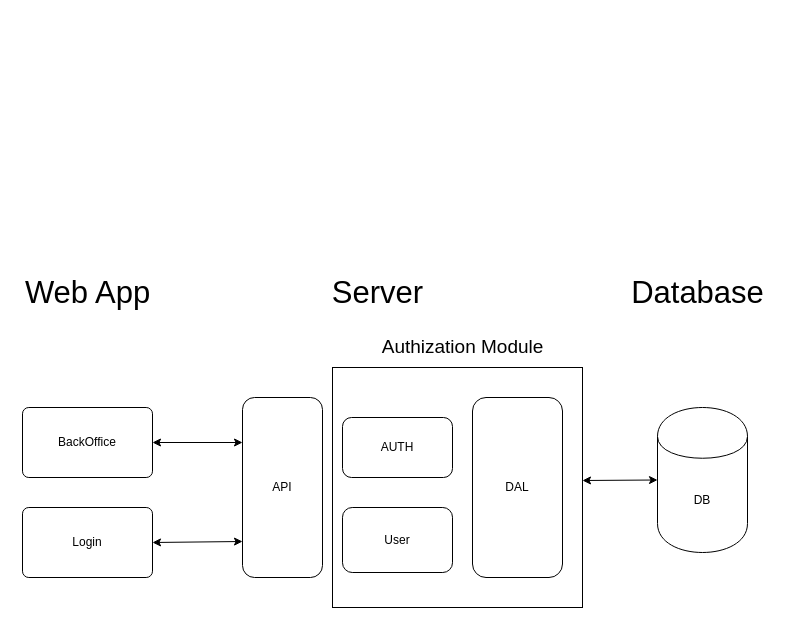
This is Reports&Documentation/Diagrams/Blocks.drawio from dleandro/Authentication-and-Authorization-Node-Component-, a draw.io file, before an edit. Source tidied: cells renumbered, new cells numbered last; positions are measured from the earlier drawing's top-left corner, leaving out a move shared by most shapes. Both pictures are drawn from the tidied source at 100%, with x=0, y=0 at pixel (17, 277).
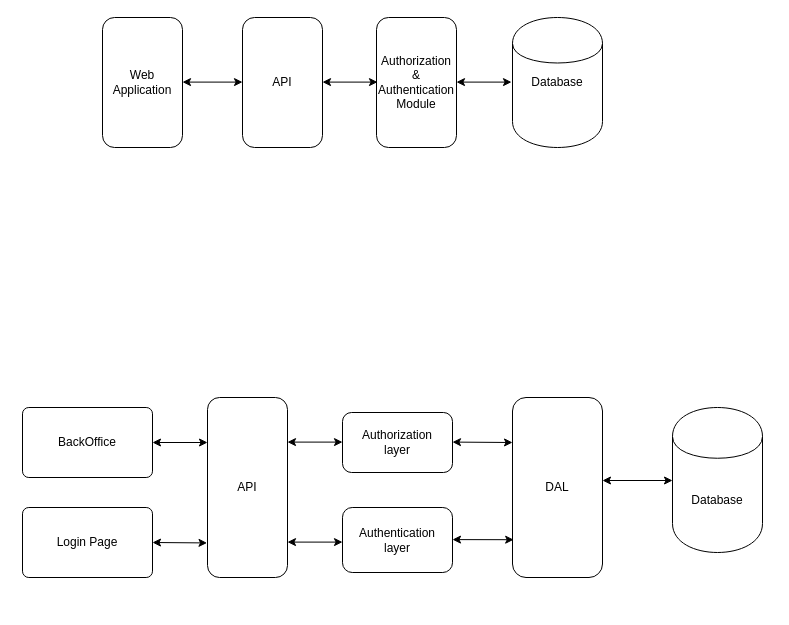
After the change.

Commit message (it also covers changes not shown here):
corrects list association with user, adds block diagrams for the report

The edit, as a diff of the source:
```diff
@@
     <mxCell id="2" value="API" style="rounded=1;whiteSpace=wrap;html=1;" parent="1" vertex="1">
-      <mxGeometry x="225" y="120" width="80" height="180" as="geometry" />
+      <mxGeometry x="190" y="120" width="80" height="180" as="geometry" />
     </mxCell>
-    <mxCell id="3" value="AUTH" style="rounded=1;whiteSpace=wrap;html=1;" parent="1" vertex="1">
-      <mxGeometry x="325" y="140" width="110" height="60" as="geometry" />
+    <mxCell id="3" value="Authorization&lt;br&gt;layer" style="rounded=1;whiteSpace=wrap;html=1;" parent="1" vertex="1">
+      <mxGeometry x="325" y="135" width="110" height="60" as="geometry" />
     </mxCell>
-    <mxCell id="4" value="User" style="rounded=1;whiteSpace=wrap;html=1;" parent="1" vertex="1">
+    <mxCell id="4" value="Authentication&lt;br&gt;layer" style="rounded=1;whiteSpace=wrap;html=1;" parent="1" vertex="1">
       <mxGeometry x="325" y="230" width="110" height="65" as="geometry" />
     </mxCell>
     <mxCell id="5" value="DAL" style="rounded=1;whiteSpace=wrap;html=1;" parent="1" vertex="1">
-      <mxGeometry x="455" y="120" width="90" height="180" as="geometry" />
+      <mxGeometry x="495" y="120" width="90" height="180" as="geometry" />
     </mxCell>
-    <mxCell id="6" value="DB" style="shape=cylinder;whiteSpace=wrap;html=1;boundedLbl=1;backgroundOutline=1;" parent="1" vertex="1">
-      <mxGeometry x="640" y="130" width="90" height="145" as="geometry" />
+    <mxCell id="6" value="Database" style="shape=cylinder;whiteSpace=wrap;html=1;boundedLbl=1;backgroundOutline=1;" parent="1" vertex="1">
+      <mxGeometry x="655" y="130" width="90" height="145" as="geometry" />
     </mxCell>
-    <mxCell id="7" value="&lt;font style=&quot;font-size: 31px&quot;&gt;Database&lt;/font&gt;" style="text;html=1;align=center;verticalAlign=middle;" parent="1" vertex="1">
-      <mxGeometry x="605" width="150" height="30" as="geometry" />
-    </mxCell>
-    <mxCell id="8" value="&lt;font style=&quot;font-size: 31px&quot;&gt;Server&lt;/font&gt;" style="text;html=1;align=center;verticalAlign=middle;" parent="1" vertex="1">
-      <mxGeometry x="305" width="110" height="30" as="geometry" />
-    </mxCell>
-    <mxCell id="9" value="&lt;font style=&quot;font-size: 31px&quot;&gt;Web App&lt;/font&gt;" style="text;html=1;align=center;verticalAlign=middle;" parent="1" vertex="1">
-      <mxGeometry width="140" height="30" as="geometry" />
-    </mxCell>
@@
-    <mxCell id="11" value="Login" style="rounded=1;whiteSpace=wrap;html=1;arcSize=9;" parent="1" vertex="1">
+    <mxCell id="11" value="Login Page" style="rounded=1;whiteSpace=wrap;html=1;arcSize=9;" parent="1" vertex="1">
       <mxGeometry x="5" y="230" width="130" height="70" as="geometry" />
     </mxCell>
-    <mxCell id="12" style="endArrow=classic;startArrow=classic;html=1;entryX=0;entryY=0.5;entryDx=0;entryDy=0;" parent="1" edge="1" target="6">
+    <mxCell id="12" style="endArrow=classic;startArrow=classic;html=1;" parent="1" edge="1">
       <mxGeometry relative="1" as="geometry">
-        <mxPoint x="565" y="203" as="sourcePoint" />
+        <mxPoint x="585" y="203" as="sourcePoint" />
+        <mxPoint x="655" y="203" as="targetPoint" />
       </mxGeometry>
     </mxCell>
@@
-    <mxCell id="14" style="endArrow=classic;startArrow=classic;html=1;exitX=1;exitY=0.5;exitDx=0;exitDy=0;entryX=0;entryY=0.8;entryDx=0;entryDy=0;entryPerimeter=0;" parent="1" edge="1" source="11" target="2">
+    <mxCell id="14" style="endArrow=classic;startArrow=classic;html=1;exitX=1;exitY=0.5;exitDx=0;exitDy=0;entryX=-0.006;entryY=0.808;entryDx=0;entryDy=0;entryPerimeter=0;" parent="1" edge="1" source="11" target="2">
       <mxGeometry relative="1" as="geometry" />
     </mxCell>
-    <mxCell id="15" style="rounded=0;whiteSpace=wrap;html=1;fillColor=none;" parent="1" vertex="1">
-      <mxGeometry x="315" y="90" width="250" height="240" as="geometry" />
-    </mxCell>
-    <mxCell id="16" value="&lt;font style=&quot;font-size: 19px&quot;&gt;Authization Module&lt;/font&gt;" style="text;html=1;align=center;verticalAlign=middle;" parent="1" vertex="1">
-      <mxGeometry x="355" y="60" width="180" height="20" as="geometry" />
-    </mxCell>
+    <mxCell id="17" style="endArrow=classic;startArrow=classic;html=1;exitX=1;exitY=0.5;exitDx=0;exitDy=0;entryX=0;entryY=0.25;entryDx=0;entryDy=0;" parent="1" edge="1">
+      <mxGeometry relative="1" as="geometry">
+        <mxPoint x="270" y="164.6" as="sourcePoint" />
+        <mxPoint x="325" y="164.6" as="targetPoint" />
+      </mxGeometry>
+    </mxCell>
+    <mxCell id="18" style="endArrow=classic;startArrow=classic;html=1;exitX=1;exitY=0.5;exitDx=0;exitDy=0;entryX=0;entryY=0.25;entryDx=0;entryDy=0;" parent="1" edge="1">
+      <mxGeometry relative="1" as="geometry">
+        <mxPoint x="270" y="264.6" as="sourcePoint" />
+        <mxPoint x="325" y="264.6" as="targetPoint" />
+      </mxGeometry>
+    </mxCell>
+    <mxCell id="19" value="Authorization&lt;br&gt;&amp;amp;&lt;br&gt;Authentication&lt;br&gt;Module" style="rounded=1;whiteSpace=wrap;html=1;" parent="1" vertex="1">
+      <mxGeometry x="359" y="-260" width="80" height="130" as="geometry" />
+    </mxCell>
+    <mxCell id="20" value="API" style="rounded=1;whiteSpace=wrap;html=1;" parent="1" vertex="1">
+      <mxGeometry x="225" y="-260" width="80" height="130" as="geometry" />
+    </mxCell>
+    <mxCell id="21" style="shape=cylinder;whiteSpace=wrap;html=1;boundedLbl=1;backgroundOutline=1;" parent="1" vertex="1">
+      <mxGeometry x="495" y="-260" width="90" height="130" as="geometry" />
+    </mxCell>
+    <mxCell id="22" style="endArrow=classic;startArrow=classic;html=1;exitX=1;exitY=0.5;exitDx=0;exitDy=0;entryX=0;entryY=0.25;entryDx=0;entryDy=0;" parent="1" edge="1" target="5">
+      <mxGeometry relative="1" as="geometry">
+        <mxPoint x="435" y="164.6" as="sourcePoint" />
+      </mxGeometry>
+    </mxCell>
+    <mxCell id="23" style="endArrow=classic;startArrow=classic;html=1;exitX=1;exitY=0.5;exitDx=0;exitDy=0;entryX=0.013;entryY=0.79;entryDx=0;entryDy=0;entryPerimeter=0;" parent="1" edge="1" target="5">
+      <mxGeometry relative="1" as="geometry">
+        <mxPoint x="435" y="262.1" as="sourcePoint" />
+      </mxGeometry>
+    </mxCell>
+    <mxCell id="24" value="Web Application" style="rounded=1;whiteSpace=wrap;html=1;" parent="1" vertex="1">
+      <mxGeometry x="85" y="-260" width="80" height="130" as="geometry" />
+    </mxCell>
+    <mxCell id="25" style="endArrow=classic;startArrow=classic;html=1;exitX=1;exitY=0.5;exitDx=0;exitDy=0;" parent="1" edge="1">
+      <mxGeometry relative="1" as="geometry">
+        <mxPoint x="165" y="-195.4" as="sourcePoint" />
+        <mxPoint x="225" y="-195.4" as="targetPoint" />
+      </mxGeometry>
+    </mxCell>
+    <mxCell id="26" style="endArrow=classic;startArrow=classic;html=1;exitX=1;exitY=0.5;exitDx=0;exitDy=0;entryX=0;entryY=0.25;entryDx=0;entryDy=0;" parent="1" edge="1">
+      <mxGeometry relative="1" as="geometry">
+        <mxPoint x="305" y="-195.4" as="sourcePoint" />
+        <mxPoint x="360" y="-195.4" as="targetPoint" />
+      </mxGeometry>
+    </mxCell>
+    <mxCell id="27" style="endArrow=classic;startArrow=classic;html=1;exitX=1;exitY=0.5;exitDx=0;exitDy=0;entryX=0;entryY=0.25;entryDx=0;entryDy=0;" parent="1" edge="1">
+      <mxGeometry relative="1" as="geometry">
+        <mxPoint x="439" y="-195.4" as="sourcePoint" />
+        <mxPoint x="494" y="-195.4" as="targetPoint" />
+      </mxGeometry>
+    </mxCell>
+    <mxCell id="7" value="Database" style="rounded=0;whiteSpace=wrap;html=1;fillColor=none;strokeColor=none;" parent="1" vertex="1">
+      <mxGeometry x="515" y="-205" width="50" height="20" as="geometry" />
+    </mxCell>
```
